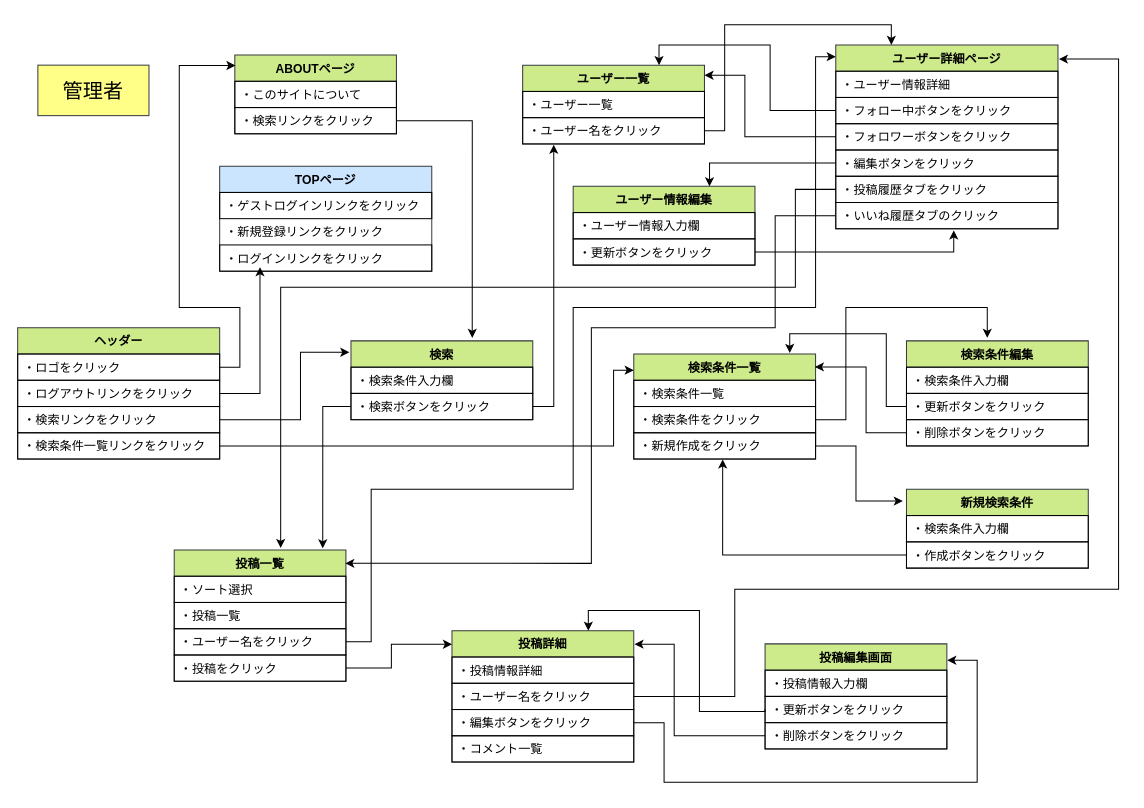
Earlier version of the draw.io diagram page "admin" (2 of 2) of ui_flows.drawio (JunkiYuasa/trip_planning). Source tidied: cells renumbered, new cells numbered last; positions are measured from the earlier drawing's top-left corner, leaving out a move shared by most shapes. Both pictures are drawn from the tidied source at 101%, with x=0, y=0 at pixel (17, 24).
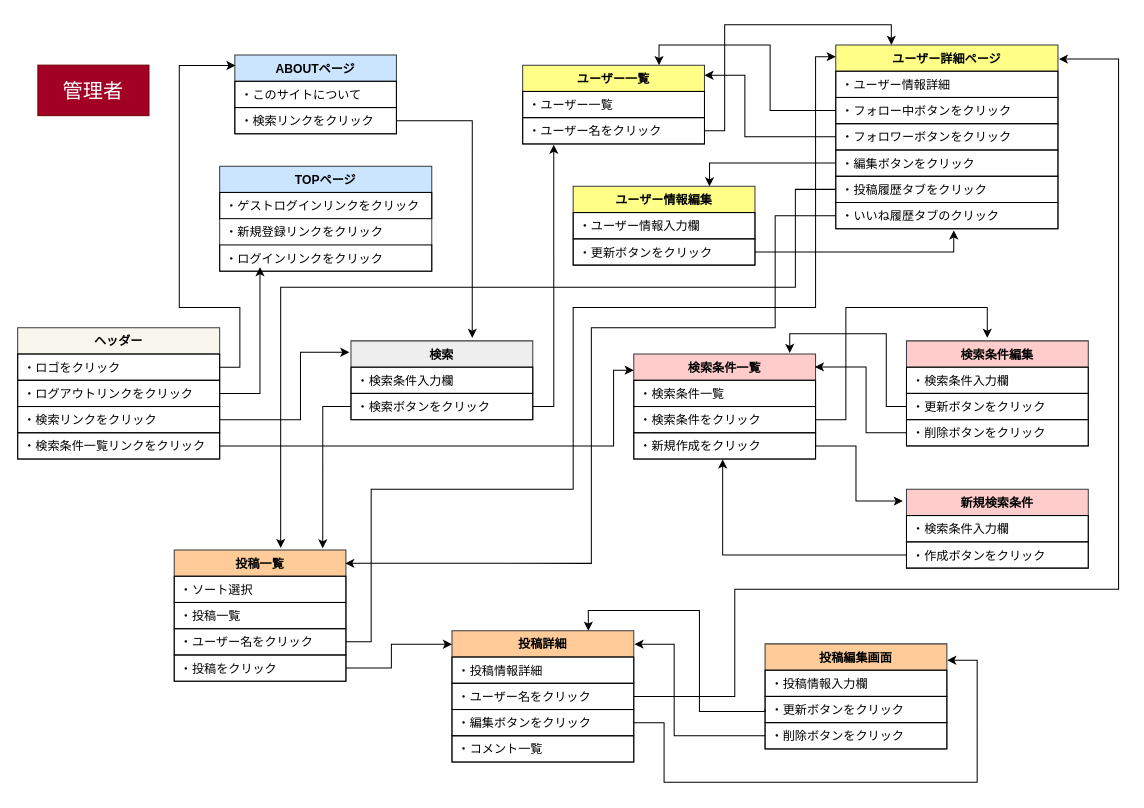
The same page after the edit.

Change to the diagram source:
```diff
@@
-    <mxCell id="2" value="&lt;font style=&quot;font-size: 20px;&quot;&gt;管理者&lt;/font&gt;" style="html=1;whiteSpace=wrap;strokeColor=#36393d;align=center;verticalAlign=middle;spacingLeft=4;spacingRight=4;fontFamily=Helvetica;fontSize=12;fillColor=#ffff88;" parent="1" vertex="1">
+    <mxCell id="2" value="&lt;font style=&quot;font-size: 20px;&quot;&gt;管理者&lt;/font&gt;" style="html=1;whiteSpace=wrap;strokeColor=#6F0000;align=center;verticalAlign=middle;spacingLeft=4;spacingRight=4;fontFamily=Helvetica;fontSize=12;fillColor=#a20025;fontColor=#ffffff;" parent="1" vertex="1">
       <mxGeometry x="20" y="40" width="110" height="50" as="geometry" />
     </mxCell>
-    <mxCell id="3" value="ヘッダー" style="swimlane;fontStyle=1;align=center;verticalAlign=top;horizontal=1;startSize=26;whiteSpace=wrap;html=1;strokeColor=#36393d;spacingLeft=4;spacingRight=4;fontFamily=Helvetica;fontSize=12;fillColor=#cdeb8b;" parent="1" vertex="1">
+    <mxCell id="3" value="ヘッダー" style="swimlane;fontStyle=1;align=center;verticalAlign=top;horizontal=1;startSize=26;whiteSpace=wrap;html=1;strokeColor=#36393d;spacingLeft=4;spacingRight=4;fontFamily=Helvetica;fontSize=12;fillColor=#f9f7ed;" parent="1" vertex="1">
       <mxGeometry y="300" width="200" height="130" as="geometry" />
     </mxCell>
@@
-    <mxCell id="8" value="ABOUTページ" style="swimlane;fontStyle=1;align=center;verticalAlign=top;horizontal=1;startSize=26;whiteSpace=wrap;html=1;spacingLeft=4;spacingRight=4;fontFamily=Helvetica;fontSize=12;fillColor=#cdeb8b;strokeColor=#36393d;" parent="1" vertex="1">
+    <mxCell id="8" value="ABOUTページ" style="swimlane;fontStyle=1;align=center;verticalAlign=top;horizontal=1;startSize=26;whiteSpace=wrap;html=1;spacingLeft=4;spacingRight=4;fontFamily=Helvetica;fontSize=12;fillColor=#cce5ff;strokeColor=#36393d;" parent="1" vertex="1">
       <mxGeometry x="215" y="30" width="160" height="78" as="geometry" />
     </mxCell>
@@
-    <mxCell id="11" value="投稿一覧" style="swimlane;fontStyle=1;align=center;verticalAlign=top;horizontal=1;startSize=26;whiteSpace=wrap;html=1;strokeColor=#36393d;spacingLeft=4;spacingRight=4;fontFamily=Helvetica;fontSize=12;fillColor=#cdeb8b;" parent="1" vertex="1">
+    <mxCell id="11" value="投稿一覧" style="swimlane;fontStyle=1;align=center;verticalAlign=top;horizontal=1;startSize=26;whiteSpace=wrap;html=1;strokeColor=#36393d;spacingLeft=4;spacingRight=4;fontFamily=Helvetica;fontSize=12;fillColor=#ffcc99;" parent="1" vertex="1">
       <mxGeometry x="155" y="520" width="170" height="130" as="geometry" />
     </mxCell>
@@
-    <mxCell id="16" value="投稿詳細" style="swimlane;fontStyle=1;align=center;verticalAlign=top;horizontal=1;startSize=26;whiteSpace=wrap;html=1;strokeColor=#36393d;spacingLeft=4;spacingRight=4;fontFamily=Helvetica;fontSize=12;fillColor=#cdeb8b;" parent="1" vertex="1">
+    <mxCell id="16" value="投稿詳細" style="swimlane;fontStyle=1;align=center;verticalAlign=top;horizontal=1;startSize=26;whiteSpace=wrap;html=1;strokeColor=#36393d;spacingLeft=4;spacingRight=4;fontFamily=Helvetica;fontSize=12;fillColor=#ffcc99;" parent="1" vertex="1">
       <mxGeometry x="430" y="600" width="180" height="130" as="geometry" />
     </mxCell>
@@
-    <mxCell id="21" value="ユーザー一覧" style="swimlane;fontStyle=1;align=center;verticalAlign=top;horizontal=1;startSize=26;whiteSpace=wrap;html=1;strokeColor=#36393d;spacingLeft=4;spacingRight=4;fontFamily=Helvetica;fontSize=12;fillColor=#cdeb8b;" parent="1" vertex="1">
+    <mxCell id="21" value="ユーザー一覧" style="swimlane;fontStyle=1;align=center;verticalAlign=top;horizontal=1;startSize=26;whiteSpace=wrap;html=1;strokeColor=#36393d;spacingLeft=4;spacingRight=4;fontFamily=Helvetica;fontSize=12;fillColor=#ffff88;" parent="1" vertex="1">
       <mxGeometry x="500" y="40" width="180" height="78" as="geometry" />
     </mxCell>
@@
-    <mxCell id="24" value="ユーザー詳細ページ" style="swimlane;fontStyle=1;align=center;verticalAlign=top;horizontal=1;startSize=26;whiteSpace=wrap;html=1;strokeColor=#36393d;spacingLeft=4;spacingRight=4;fontFamily=Helvetica;fontSize=12;fillColor=#cdeb8b;" parent="1" vertex="1">
+    <mxCell id="24" value="ユーザー詳細ページ" style="swimlane;fontStyle=1;align=center;verticalAlign=top;horizontal=1;startSize=26;whiteSpace=wrap;html=1;strokeColor=#36393d;spacingLeft=4;spacingRight=4;fontFamily=Helvetica;fontSize=12;fillColor=#ffff88;" parent="1" vertex="1">
       <mxGeometry x="810" y="20" width="220" height="182" as="geometry" />
     </mxCell>
@@
-    <mxCell id="31" value="検索" style="swimlane;fontStyle=1;align=center;verticalAlign=top;horizontal=1;startSize=26;whiteSpace=wrap;html=1;strokeColor=#36393d;spacingLeft=4;spacingRight=4;fontFamily=Helvetica;fontSize=12;fillColor=#cdeb8b;" parent="1" vertex="1">
+    <mxCell id="31" value="検索" style="swimlane;fontStyle=1;align=center;verticalAlign=top;horizontal=1;startSize=26;whiteSpace=wrap;html=1;strokeColor=#36393d;spacingLeft=4;spacingRight=4;fontFamily=Helvetica;fontSize=12;fillColor=#eeeeee;" parent="1" vertex="1">
       <mxGeometry x="330" y="313" width="180" height="78" as="geometry" />
     </mxCell>
@@
-    <mxCell id="34" value="検索条件編集" style="swimlane;fontStyle=1;align=center;verticalAlign=top;horizontal=1;startSize=26;whiteSpace=wrap;html=1;strokeColor=#36393d;spacingLeft=4;spacingRight=4;fontFamily=Helvetica;fontSize=12;fillColor=#cdeb8b;" parent="1" vertex="1">
+    <mxCell id="34" value="検索条件編集" style="swimlane;fontStyle=1;align=center;verticalAlign=top;horizontal=1;startSize=26;whiteSpace=wrap;html=1;strokeColor=#36393d;spacingLeft=4;spacingRight=4;fontFamily=Helvetica;fontSize=12;fillColor=#ffcccc;" parent="1" vertex="1">
       <mxGeometry x="880" y="313" width="180" height="104" as="geometry" />
     </mxCell>
@@
-    <mxCell id="38" value="新規検索条件" style="swimlane;fontStyle=1;align=center;verticalAlign=top;horizontal=1;startSize=26;whiteSpace=wrap;html=1;strokeColor=#36393d;spacingLeft=4;spacingRight=4;fontFamily=Helvetica;fontSize=12;fillColor=#cdeb8b;" parent="1" vertex="1">
+    <mxCell id="38" value="新規検索条件" style="swimlane;fontStyle=1;align=center;verticalAlign=top;horizontal=1;startSize=26;whiteSpace=wrap;html=1;strokeColor=#36393d;spacingLeft=4;spacingRight=4;fontFamily=Helvetica;fontSize=12;fillColor=#ffcccc;" parent="1" vertex="1">
       <mxGeometry x="880" y="460" width="180" height="78" as="geometry" />
     </mxCell>
@@
-    <mxCell id="41" value="検索条件一覧" style="swimlane;fontStyle=1;align=center;verticalAlign=top;horizontal=1;startSize=26;whiteSpace=wrap;html=1;strokeColor=#36393d;spacingLeft=4;spacingRight=4;fontFamily=Helvetica;fontSize=12;fillColor=#cdeb8b;" parent="1" vertex="1">
+    <mxCell id="41" value="検索条件一覧" style="swimlane;fontStyle=1;align=center;verticalAlign=top;horizontal=1;startSize=26;whiteSpace=wrap;html=1;strokeColor=#36393d;spacingLeft=4;spacingRight=4;fontFamily=Helvetica;fontSize=12;fillColor=#ffcccc;" parent="1" vertex="1">
       <mxGeometry x="610" y="326" width="180" height="104" as="geometry" />
     </mxCell>
@@
-    <mxCell id="63" value="投稿編集画面" style="swimlane;fontStyle=1;align=center;verticalAlign=top;horizontal=1;startSize=26;whiteSpace=wrap;html=1;strokeColor=#36393d;spacingLeft=4;spacingRight=4;fontFamily=Helvetica;fontSize=12;fillColor=#cdeb8b;" parent="1" vertex="1">
+    <mxCell id="63" value="投稿編集画面" style="swimlane;fontStyle=1;align=center;verticalAlign=top;horizontal=1;startSize=26;whiteSpace=wrap;html=1;strokeColor=#36393d;spacingLeft=4;spacingRight=4;fontFamily=Helvetica;fontSize=12;fillColor=#ffcc99;" parent="1" vertex="1">
       <mxGeometry x="740" y="613" width="180" height="104" as="geometry" />
     </mxCell>
@@
-    <mxCell id="71" value="ユーザー情報編集" style="swimlane;fontStyle=1;align=center;verticalAlign=top;horizontal=1;startSize=26;whiteSpace=wrap;html=1;strokeColor=#36393d;spacingLeft=4;spacingRight=4;fontFamily=Helvetica;fontSize=12;fillColor=#cdeb8b;" parent="1" vertex="1">
+    <mxCell id="71" value="ユーザー情報編集" style="swimlane;fontStyle=1;align=center;verticalAlign=top;horizontal=1;startSize=26;whiteSpace=wrap;html=1;strokeColor=#36393d;spacingLeft=4;spacingRight=4;fontFamily=Helvetica;fontSize=12;fillColor=#ffff88;" parent="1" vertex="1">
       <mxGeometry x="550" y="160" width="180" height="78" as="geometry" />
     </mxCell>
```
